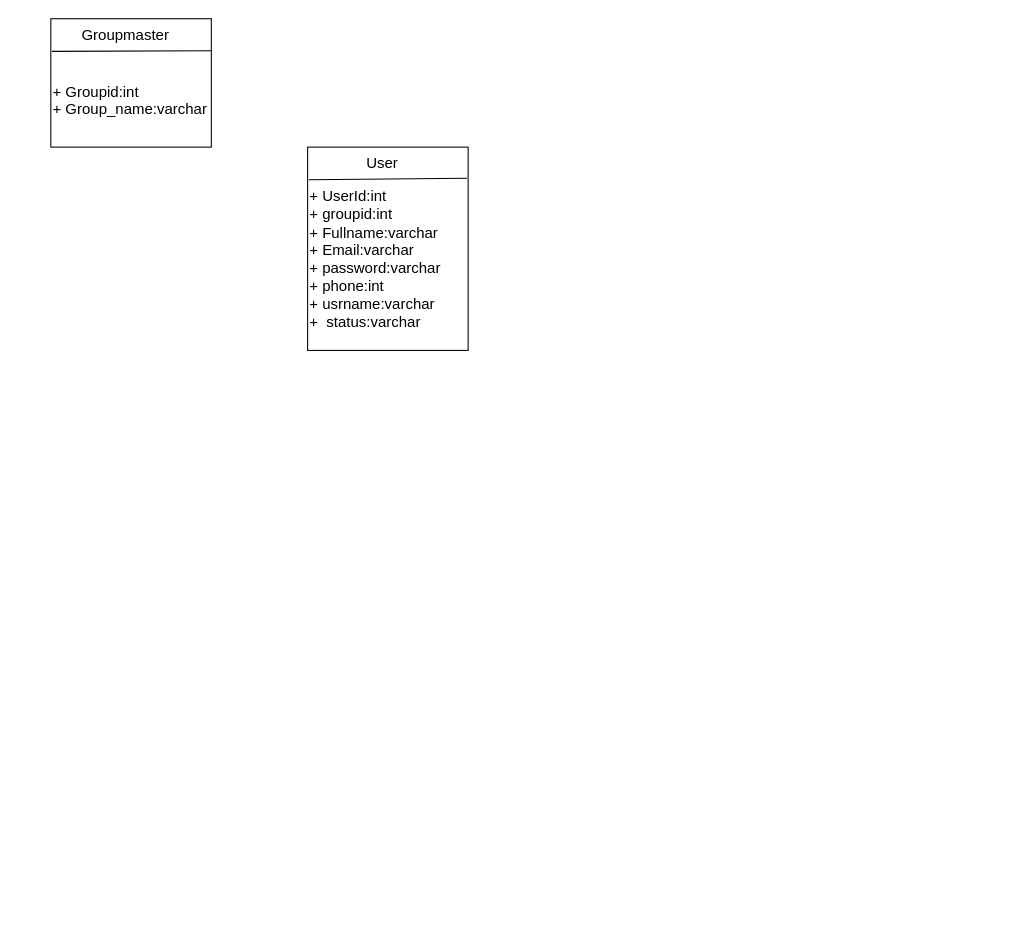
Before: BookStore/digrams/classdiagram.drawio in khushipatel2708/OnlineBookStore, a draw.io diagram. Source tidied: cells renumbered, new cells numbered last; positions are measured from the earlier drawing's top-left corner, leaving out a move shared by most shapes. Both pictures are drawn from the tidied source at 107%, with x=0, y=0 at pixel (50, 18).
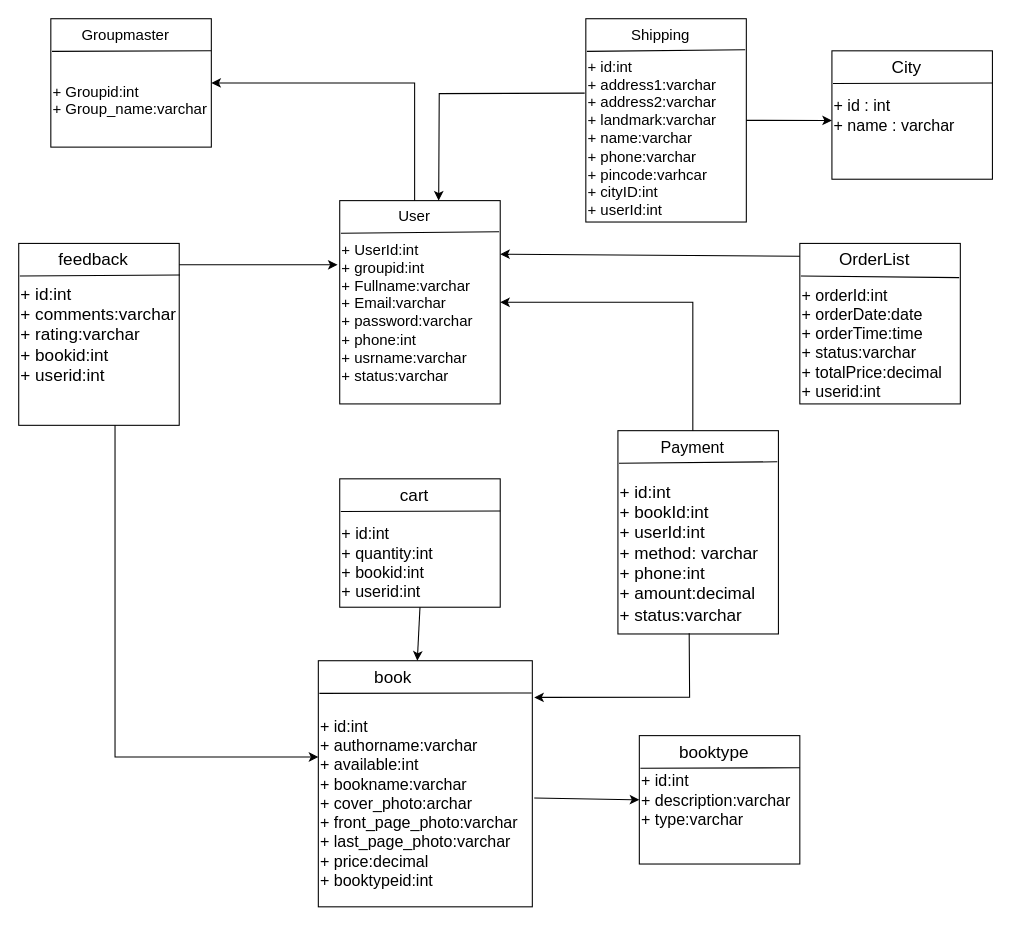
The same page after the edit.

The change refers to these unchanged cells:
```xml
<mxCell id="2" value="&lt;div&gt;&lt;font style=&quot;font-size: 14px;&quot;&gt;&lt;br&gt;&lt;/font&gt;&lt;/div&gt;&lt;div&gt;&lt;font style=&quot;font-size: 14px;&quot;&gt;&lt;br&gt;&lt;/font&gt;&lt;/div&gt;&lt;font style=&quot;font-size: 14px;&quot;&gt;+ Groupid:int&lt;/font&gt;&lt;div&gt;&lt;font style=&quot;font-size: 14px;&quot;&gt;+ Group_name:varchar&lt;/font&gt;&lt;/div&gt;" style="rounded=0;whiteSpace=wrap;html=1;align=left;" parent="1" vertex="1">
  <mxGeometry width="150" height="120" as="geometry" />
</mxCell>
```

The edit, as a diff of the source:
```diff
@@
-    <mxCell id="5" value="&lt;div&gt;&lt;font style=&quot;font-size: 14px;&quot;&gt;&lt;br&gt;&lt;/font&gt;&lt;/div&gt;&lt;div&gt;&lt;font style=&quot;font-size: 14px;&quot;&gt;&lt;br&gt;&lt;/font&gt;&lt;/div&gt;&lt;font style=&quot;font-size: 14px;&quot;&gt;+ UserId:int&lt;/font&gt;&lt;div&gt;&lt;font style=&quot;font-size: 14px;&quot;&gt;+ groupid:int&lt;br&gt;&lt;/font&gt;&lt;div&gt;&lt;font style=&quot;font-size: 14px;&quot;&gt;+ Fullname:varchar&lt;/font&gt;&lt;/div&gt;&lt;div&gt;&lt;font style=&quot;font-size: 14px;&quot;&gt;+ Email:varchar&lt;/font&gt;&lt;/div&gt;&lt;div&gt;&lt;font style=&quot;font-size: 14px;&quot;&gt;+ password:varchar&lt;/font&gt;&lt;/div&gt;&lt;div&gt;&lt;font style=&quot;font-size: 14px;&quot;&gt;+ phone:int&lt;/font&gt;&lt;/div&gt;&lt;div&gt;&lt;font style=&quot;font-size: 14px;&quot;&gt;+ usrname:varchar&lt;/font&gt;&lt;/div&gt;&lt;div&gt;&lt;font style=&quot;font-size: 14px;&quot;&gt;+&amp;nbsp; status:varchar&lt;/font&gt;&lt;/div&gt;&lt;div&gt;&lt;br&gt;&lt;/div&gt;&lt;/div&gt;" style="rounded=0;whiteSpace=wrap;html=1;align=left;" parent="1" vertex="1">
-      <mxGeometry x="240" y="120" width="150" height="190" as="geometry" />
+    <mxCell id="5" value="&lt;div&gt;&lt;font style=&quot;font-size: 14px;&quot;&gt;&lt;br&gt;&lt;/font&gt;&lt;/div&gt;&lt;div&gt;&lt;font style=&quot;font-size: 14px;&quot;&gt;&lt;br&gt;&lt;/font&gt;&lt;/div&gt;&lt;font style=&quot;font-size: 14px;&quot;&gt;+ UserId:int&lt;/font&gt;&lt;div&gt;&lt;font style=&quot;font-size: 14px;&quot;&gt;+ groupid:int&lt;br&gt;&lt;/font&gt;&lt;div&gt;&lt;font style=&quot;font-size: 14px;&quot;&gt;+ Fullname:varchar&lt;/font&gt;&lt;/div&gt;&lt;div&gt;&lt;font style=&quot;font-size: 14px;&quot;&gt;+ Email:varchar&lt;/font&gt;&lt;/div&gt;&lt;div&gt;&lt;font style=&quot;font-size: 14px;&quot;&gt;+ password:varchar&lt;/font&gt;&lt;/div&gt;&lt;div&gt;&lt;font style=&quot;font-size: 14px;&quot;&gt;+ phone:int&lt;/font&gt;&lt;/div&gt;&lt;div&gt;&lt;font style=&quot;font-size: 14px;&quot;&gt;+ usrname:varchar&lt;/font&gt;&lt;/div&gt;&lt;div&gt;&lt;font style=&quot;font-size: 14px;&quot;&gt;+ status:varchar&lt;/font&gt;&lt;/div&gt;&lt;div&gt;&lt;br&gt;&lt;/div&gt;&lt;/div&gt;" style="rounded=0;whiteSpace=wrap;html=1;align=left;" parent="1" vertex="1">
+      <mxGeometry x="270" y="170" width="150" height="190" as="geometry" />
     </mxCell>
     <mxCell id="6" style="endArrow=none;html=1;rounded=0;exitX=0.008;exitY=0.163;exitDx=0;exitDy=0;exitPerimeter=0;elbow=vertical;entryX=0.993;entryY=0.153;entryDx=0;entryDy=0;entryPerimeter=0;" parent="1" edge="1" target="5">
       <mxGeometry relative="1" as="geometry">
-        <mxPoint x="241.1" y="150.5" as="sourcePoint" />
+        <mxPoint x="271.1" y="200.5" as="sourcePoint" />
       </mxGeometry>
     </mxCell>
     <mxCell id="7" value="&lt;font style=&quot;font-size: 14px;&quot;&gt;User&lt;/font&gt;" style="text;html=1;whiteSpace=wrap;strokeColor=none;fillColor=none;align=center;verticalAlign=middle;rounded=0;" parent="1" vertex="1">
-      <mxGeometry x="265" y="120" width="90" height="30" as="geometry" />
+      <mxGeometry x="295" y="170" width="90" height="30" as="geometry" />
     </mxCell>
+    <mxCell id="8" value="&lt;div&gt;&lt;font style=&quot;font-size: 14px;&quot;&gt;&lt;br&gt;&lt;/font&gt;&lt;/div&gt;&lt;div&gt;&lt;font style=&quot;font-size: 14px;&quot;&gt;&lt;br&gt;&lt;/font&gt;&lt;/div&gt;&lt;font style=&quot;font-size: 14px;&quot;&gt;+ id:int&lt;/font&gt;&lt;div&gt;&lt;font style=&quot;font-size: 14px;&quot;&gt;+ address1:varchar&lt;/font&gt;&lt;/div&gt;&lt;div&gt;&lt;font style=&quot;font-size: 14px;&quot;&gt;+ address2:varchar&lt;/font&gt;&lt;/div&gt;&lt;div&gt;&lt;font style=&quot;font-size: 14px;&quot;&gt;+ landmark:varchar&lt;/font&gt;&lt;/div&gt;&lt;div&gt;&lt;font style=&quot;font-size: 14px;&quot;&gt;+ name:varchar&lt;/font&gt;&lt;/div&gt;&lt;div&gt;&lt;font style=&quot;font-size: 14px;&quot;&gt;+ phone:varchar&lt;/font&gt;&lt;/div&gt;&lt;div&gt;&lt;font style=&quot;font-size: 14px;&quot;&gt;+ pincode:varhcar&lt;/font&gt;&lt;/div&gt;&lt;div&gt;&lt;font style=&quot;font-size: 14px;&quot;&gt;+ cityID:int&lt;/font&gt;&lt;/div&gt;&lt;div&gt;&lt;font style=&quot;font-size: 14px;&quot;&gt;+ userId:int&lt;/font&gt;&lt;/div&gt;" style="rounded=0;whiteSpace=wrap;html=1;align=left;" parent="1" vertex="1">
+      <mxGeometry x="500" width="150" height="190" as="geometry" />
+    </mxCell>
+    <mxCell id="9" style="endArrow=none;html=1;rounded=0;exitX=0.008;exitY=0.163;exitDx=0;exitDy=0;exitPerimeter=0;elbow=vertical;entryX=0.993;entryY=0.153;entryDx=0;entryDy=0;entryPerimeter=0;" parent="1" edge="1" target="8">
+      <mxGeometry relative="1" as="geometry">
+        <mxPoint x="501" y="30.5" as="sourcePoint" />
+      </mxGeometry>
+    </mxCell>
+    <mxCell id="10" value="&lt;font style=&quot;font-size: 14px;&quot;&gt;Shipping&lt;/font&gt;" style="text;html=1;whiteSpace=wrap;strokeColor=none;fillColor=none;align=center;verticalAlign=middle;rounded=0;" parent="1" vertex="1">
+      <mxGeometry x="525" width="90" height="30" as="geometry" />
+    </mxCell>
+    <mxCell id="11" value="&lt;font style=&quot;font-size: 15px;&quot;&gt;+ id : int&lt;/font&gt;&lt;div&gt;&lt;font style=&quot;font-size: 15px;&quot;&gt;+ name : varchar&lt;/font&gt;&lt;/div&gt;" style="rounded=0;whiteSpace=wrap;html=1;align=left;" parent="1" vertex="1">
+      <mxGeometry x="730" y="30" width="150" height="120" as="geometry" />
+    </mxCell>
+    <mxCell id="12" style="endArrow=none;html=1;rounded=0;exitX=0.008;exitY=0.163;exitDx=0;exitDy=0;exitPerimeter=0;elbow=vertical;entryX=1;entryY=0.25;entryDx=0;entryDy=0;" parent="1" edge="1" target="11">
+      <mxGeometry relative="1" as="geometry">
+        <mxPoint x="731" y="60.5" as="sourcePoint" />
+      </mxGeometry>
+    </mxCell>
+    <mxCell id="13" value="&lt;font style=&quot;font-size: 16px;&quot;&gt;City&lt;/font&gt;" style="text;html=1;whiteSpace=wrap;strokeColor=none;fillColor=none;align=center;verticalAlign=middle;rounded=0;" parent="1" vertex="1">
+      <mxGeometry x="755" y="30" width="90" height="30" as="geometry" />
+    </mxCell>
+    <mxCell id="14" value="&lt;div&gt;&lt;font style=&quot;font-size: 15px;&quot;&gt;&lt;br&gt;&lt;/font&gt;&lt;/div&gt;&lt;div&gt;&lt;font style=&quot;font-size: 15px;&quot;&gt;&lt;br&gt;&lt;/font&gt;&lt;/div&gt;&lt;font style=&quot;font-size: 15px;&quot;&gt;+ id:int&lt;/font&gt;&lt;div&gt;&lt;font style=&quot;font-size: 15px;&quot;&gt;+&amp;nbsp;&lt;span style=&quot;background-color: transparent;&quot;&gt;quantity:int&lt;/span&gt;&lt;/font&gt;&lt;/div&gt;&lt;div&gt;&lt;span style=&quot;background-color: transparent;&quot;&gt;&lt;font style=&quot;font-size: 15px;&quot;&gt;+ bookid:int&lt;/font&gt;&lt;/span&gt;&lt;/div&gt;&lt;div&gt;&lt;span style=&quot;background-color: transparent;&quot;&gt;&lt;font style=&quot;font-size: 15px;&quot;&gt;+ userid:int&lt;/font&gt;&lt;/span&gt;&lt;/div&gt;" style="rounded=0;whiteSpace=wrap;html=1;align=left;" parent="1" vertex="1">
+      <mxGeometry x="270" y="430" width="150" height="120" as="geometry" />
+    </mxCell>
+    <mxCell id="15" style="endArrow=none;html=1;rounded=0;exitX=0.008;exitY=0.163;exitDx=0;exitDy=0;exitPerimeter=0;elbow=vertical;entryX=1;entryY=0.25;entryDx=0;entryDy=0;" parent="1" edge="1" target="14">
+      <mxGeometry relative="1" as="geometry">
+        <mxPoint x="271" y="460.5" as="sourcePoint" />
+      </mxGeometry>
+    </mxCell>
+    <mxCell id="16" value="&lt;font style=&quot;font-size: 16px;&quot;&gt;cart&lt;/font&gt;" style="text;html=1;whiteSpace=wrap;strokeColor=none;fillColor=none;align=center;verticalAlign=middle;rounded=0;" parent="1" vertex="1">
+      <mxGeometry x="295" y="430" width="90" height="30" as="geometry" />
+    </mxCell>
+    <mxCell id="17" value="&lt;div&gt;&lt;font style=&quot;font-size: 15px;&quot;&gt;&lt;br&gt;&lt;/font&gt;&lt;/div&gt;&lt;div&gt;&lt;font style=&quot;font-size: 15px;&quot;&gt;&lt;br&gt;&lt;/font&gt;&lt;/div&gt;&lt;font style=&quot;font-size: 15px;&quot;&gt;+ orderId:int&lt;/font&gt;&lt;div&gt;&lt;font style=&quot;font-size: 15px;&quot;&gt;+ orderDate:date&lt;/font&gt;&lt;/div&gt;&lt;div&gt;&lt;font style=&quot;font-size: 15px;&quot;&gt;+ orderTime:time&lt;/font&gt;&lt;/div&gt;&lt;div&gt;&lt;font style=&quot;font-size: 15px;&quot;&gt;+ status:varchar&lt;/font&gt;&lt;/div&gt;&lt;div&gt;&lt;font style=&quot;font-size: 15px;&quot;&gt;+ totalPrice:decimal&lt;/font&gt;&lt;/div&gt;&lt;div&gt;&lt;font style=&quot;font-size: 15px;&quot;&gt;+ userid:int&lt;/font&gt;&lt;/div&gt;" style="rounded=0;whiteSpace=wrap;html=1;align=left;" parent="1" vertex="1">
+      <mxGeometry x="700" y="210" width="150" height="150" as="geometry" />
+    </mxCell>
+    <mxCell id="18" style="endArrow=none;html=1;rounded=0;exitX=0.008;exitY=0.163;exitDx=0;exitDy=0;exitPerimeter=0;elbow=vertical;entryX=0.993;entryY=0.213;entryDx=0;entryDy=0;entryPerimeter=0;" parent="1" edge="1" target="17">
+      <mxGeometry relative="1" as="geometry">
+        <mxPoint x="701" y="240.5" as="sourcePoint" />
+      </mxGeometry>
+    </mxCell>
+    <mxCell id="19" value="&lt;font style=&quot;font-size: 16px;&quot;&gt;OrderList&lt;/font&gt;" style="text;html=1;whiteSpace=wrap;strokeColor=none;fillColor=none;align=center;verticalAlign=middle;rounded=0;" parent="1" vertex="1">
+      <mxGeometry x="725" y="210" width="90" height="30" as="geometry" />
+    </mxCell>
+    <mxCell id="20" value="&lt;div&gt;&lt;font style=&quot;font-size: 15px;&quot;&gt;&lt;br&gt;&lt;/font&gt;&lt;/div&gt;&lt;div&gt;&lt;font style=&quot;font-size: 15px;&quot;&gt;&lt;br&gt;&lt;/font&gt;&lt;/div&gt;&lt;font style=&quot;font-size: 15px;&quot;&gt;+ id:int&lt;/font&gt;&lt;div&gt;&lt;font style=&quot;font-size: 15px;&quot;&gt;+ authorname:varchar&lt;/font&gt;&lt;/div&gt;&lt;div&gt;&lt;font style=&quot;font-size: 15px;&quot;&gt;+&amp;nbsp;available:int&lt;/font&gt;&lt;/div&gt;&lt;div&gt;&lt;font style=&quot;font-size: 15px;&quot;&gt;+ bookname:varchar&lt;/font&gt;&lt;/div&gt;&lt;div&gt;&lt;font style=&quot;font-size: 15px;&quot;&gt;+&amp;nbsp;cover_photo:archar&lt;/font&gt;&lt;/div&gt;&lt;div&gt;&lt;font style=&quot;font-size: 15px;&quot;&gt;+&amp;nbsp;front_page_photo:varchar&lt;/font&gt;&lt;/div&gt;&lt;div&gt;&lt;font style=&quot;font-size: 15px;&quot;&gt;+&amp;nbsp;last_page_photo:varchar&lt;/font&gt;&lt;/div&gt;&lt;div&gt;&lt;font style=&quot;font-size: 15px;&quot;&gt;+&amp;nbsp;price:decimal&lt;/font&gt;&lt;/div&gt;&lt;div&gt;&lt;font style=&quot;font-size: 15px;&quot;&gt;+ booktypeid:int&lt;/font&gt;&lt;/div&gt;" style="rounded=0;whiteSpace=wrap;html=1;align=left;" parent="1" vertex="1">
+      <mxGeometry x="250" y="600" width="200" height="230" as="geometry" />
+    </mxCell>
+    <mxCell id="21" style="endArrow=none;html=1;rounded=0;exitX=0.008;exitY=0.163;exitDx=0;exitDy=0;exitPerimeter=0;elbow=vertical;entryX=0.997;entryY=0.131;entryDx=0;entryDy=0;entryPerimeter=0;" parent="1" edge="1" target="20">
+      <mxGeometry relative="1" as="geometry">
+        <mxPoint x="251" y="630.5" as="sourcePoint" />
+      </mxGeometry>
+    </mxCell>
+    <mxCell id="22" value="&lt;font style=&quot;font-size: 16px;&quot;&gt;book&lt;/font&gt;" style="text;html=1;whiteSpace=wrap;strokeColor=none;fillColor=none;align=center;verticalAlign=middle;rounded=0;" parent="1" vertex="1">
+      <mxGeometry x="275" y="600" width="90" height="30" as="geometry" />
+    </mxCell>
+    <mxCell id="23" style="endArrow=classic;html=1;rounded=0;" parent="1" edge="1">
+      <mxGeometry relative="1" as="geometry">
+        <mxPoint x="700" y="222" as="sourcePoint" />
+        <mxPoint x="420" y="220" as="targetPoint" />
+      </mxGeometry>
+    </mxCell>
+    <mxCell id="24" style="endArrow=classic;html=1;rounded=0;entryX=0.75;entryY=0;entryDx=0;entryDy=0;exitX=0.5;exitY=1;exitDx=0;exitDy=0;" parent="1" edge="1" source="14" target="22">
+      <mxGeometry relative="1" as="geometry" />
+    </mxCell>
+    <mxCell id="25" value="&lt;font style=&quot;font-size: 16px;&quot;&gt;+ id:int&lt;/font&gt;&lt;div&gt;&lt;font style=&quot;font-size: 16px;&quot;&gt;+ comments:varchar&lt;/font&gt;&lt;/div&gt;&lt;div&gt;&lt;font style=&quot;font-size: 16px;&quot;&gt;+ rating:varchar&lt;/font&gt;&lt;/div&gt;&lt;div&gt;&lt;font style=&quot;font-size: 16px;&quot;&gt;+ bookid:int&lt;/font&gt;&lt;/div&gt;&lt;div&gt;&lt;font style=&quot;font-size: 16px;&quot;&gt;+ userid:int&lt;/font&gt;&lt;/div&gt;" style="rounded=0;whiteSpace=wrap;html=1;align=left;" parent="1" vertex="1">
+      <mxGeometry x="-30" y="210" width="150" height="170" as="geometry" />
+    </mxCell>
+    <mxCell id="26" style="endArrow=none;html=1;rounded=0;exitX=0.008;exitY=0.163;exitDx=0;exitDy=0;exitPerimeter=0;elbow=vertical;entryX=1.004;entryY=0.174;entryDx=0;entryDy=0;entryPerimeter=0;" parent="1" edge="1" target="25">
+      <mxGeometry relative="1" as="geometry">
+        <mxPoint x="-29" y="240.5" as="sourcePoint" />
+      </mxGeometry>
+    </mxCell>
+    <mxCell id="27" value="&lt;font style=&quot;font-size: 16px;&quot;&gt;feedback&lt;/font&gt;" style="text;html=1;whiteSpace=wrap;strokeColor=none;fillColor=none;align=center;verticalAlign=middle;rounded=0;" parent="1" vertex="1">
+      <mxGeometry x="-5" y="210" width="90" height="30" as="geometry" />
+    </mxCell>
+    <mxCell id="28" style="endArrow=classic;html=1;rounded=0;entryX=0;entryY=0.391;entryDx=0;entryDy=0;entryPerimeter=0;exitX=0.6;exitY=1;exitDx=0;exitDy=0;exitPerimeter=0;" parent="1" edge="1" source="25" target="20">
+      <mxGeometry relative="1" as="geometry">
+        <Array as="points">
+          <mxPoint x="60" y="690" />
+        </Array>
+      </mxGeometry>
+    </mxCell>
+    <mxCell id="29" style="endArrow=classic;html=1;rounded=0;" parent="1" edge="1">
+      <mxGeometry relative="1" as="geometry">
+        <mxPoint x="120" y="230" as="sourcePoint" />
+        <mxPoint x="268" y="230" as="targetPoint" />
+      </mxGeometry>
+    </mxCell>
+    <mxCell id="30" value="&lt;font style=&quot;font-size: 15px;&quot;&gt;+ id:int&lt;/font&gt;&lt;div&gt;&lt;font style=&quot;font-size: 15px;&quot;&gt;+ description:varchar&lt;/font&gt;&lt;/div&gt;&lt;div&gt;&lt;font style=&quot;font-size: 15px;&quot;&gt;+ type:varchar&lt;/font&gt;&lt;/div&gt;" style="rounded=0;whiteSpace=wrap;html=1;align=left;" parent="1" vertex="1">
+      <mxGeometry x="550" y="670" width="150" height="120" as="geometry" />
+    </mxCell>
+    <mxCell id="31" style="endArrow=none;html=1;rounded=0;exitX=0.008;exitY=0.163;exitDx=0;exitDy=0;exitPerimeter=0;elbow=vertical;entryX=1;entryY=0.25;entryDx=0;entryDy=0;" parent="1" edge="1" target="30">
+      <mxGeometry relative="1" as="geometry">
+        <mxPoint x="551" y="700.5" as="sourcePoint" />
+      </mxGeometry>
+    </mxCell>
+    <mxCell id="32" value="&lt;font style=&quot;font-size: 16px;&quot;&gt;booktype&lt;/font&gt;" style="text;html=1;whiteSpace=wrap;strokeColor=none;fillColor=none;align=center;verticalAlign=middle;rounded=0;" parent="1" vertex="1">
+      <mxGeometry x="575" y="670" width="90" height="30" as="geometry" />
+    </mxCell>
+    <mxCell id="33" value="&lt;div&gt;&lt;font style=&quot;font-size: 16px;&quot;&gt;&lt;br&gt;&lt;/font&gt;&lt;/div&gt;&lt;div&gt;&lt;font style=&quot;font-size: 16px;&quot;&gt;&lt;br&gt;&lt;/font&gt;&lt;/div&gt;&lt;div&gt;&lt;font style=&quot;font-size: 16px;&quot;&gt;+ id:int&lt;/font&gt;&lt;/div&gt;&lt;div&gt;&lt;font style=&quot;font-size: 16px;&quot;&gt;+ bookId:int&lt;/font&gt;&lt;/div&gt;&lt;div&gt;&lt;font style=&quot;font-size: 16px;&quot;&gt;+ userId:int&lt;/font&gt;&lt;/div&gt;&lt;div&gt;&lt;font style=&quot;font-size: 16px;&quot;&gt;+ method: varchar&lt;/font&gt;&lt;/div&gt;&lt;div&gt;&lt;font style=&quot;font-size: 16px;&quot;&gt;+ phone:int&lt;/font&gt;&lt;/div&gt;&lt;div&gt;&lt;font style=&quot;font-size: 16px;&quot;&gt;+ amount:decimal&lt;/font&gt;&lt;/div&gt;&lt;div&gt;&lt;font style=&quot;font-size: 16px;&quot;&gt;+ status:varchar&lt;/font&gt;&lt;/div&gt;" style="rounded=0;whiteSpace=wrap;html=1;align=left;" parent="1" vertex="1">
+      <mxGeometry x="530" y="385" width="150" height="190" as="geometry" />
+    </mxCell>
+    <mxCell id="34" style="endArrow=none;html=1;rounded=0;exitX=0.008;exitY=0.163;exitDx=0;exitDy=0;exitPerimeter=0;elbow=vertical;entryX=0.993;entryY=0.153;entryDx=0;entryDy=0;entryPerimeter=0;" parent="1" edge="1" target="33">
+      <mxGeometry relative="1" as="geometry">
+        <mxPoint x="531" y="415.5" as="sourcePoint" />
+      </mxGeometry>
+    </mxCell>
+    <mxCell id="35" value="&lt;font style=&quot;font-size: 15px;&quot;&gt;Payment&lt;/font&gt;" style="text;html=1;whiteSpace=wrap;strokeColor=none;fillColor=none;align=center;verticalAlign=middle;rounded=0;" parent="1" vertex="1">
+      <mxGeometry x="555" y="385" width="90" height="30" as="geometry" />
+    </mxCell>
+    <mxCell id="36" style="endArrow=classic;html=1;rounded=0;entryX=1;entryY=0.5;entryDx=0;entryDy=0;exitX=0.5;exitY=0;exitDx=0;exitDy=0;" parent="1" edge="1" source="35" target="5">
+      <mxGeometry relative="1" as="geometry">
+        <Array as="points">
+          <mxPoint x="600" y="265" />
+        </Array>
+      </mxGeometry>
+    </mxCell>
+    <mxCell id="37" style="endArrow=classic;html=1;rounded=0;entryX=1.009;entryY=0.149;entryDx=0;entryDy=0;exitX=0.444;exitY=0.996;exitDx=0;exitDy=0;exitPerimeter=0;entryPerimeter=0;" parent="1" edge="1" source="33" target="20">
+      <mxGeometry relative="1" as="geometry">
+        <Array as="points">
+          <mxPoint x="597" y="634" />
+        </Array>
+      </mxGeometry>
+    </mxCell>
+    <mxCell id="38" style="endArrow=classic;html=1;rounded=0;entryX=0;entryY=0.5;entryDx=0;entryDy=0;exitX=1.009;exitY=0.558;exitDx=0;exitDy=0;exitPerimeter=0;" parent="1" edge="1" source="20" target="30">
+      <mxGeometry relative="1" as="geometry" />
+    </mxCell>
+    <mxCell id="39" style="endArrow=classic;html=1;rounded=0;entryX=0.75;entryY=0;entryDx=0;entryDy=0;exitX=-0.007;exitY=0.366;exitDx=0;exitDy=0;exitPerimeter=0;" parent="1" edge="1" source="8" target="7">
+      <mxGeometry relative="1" as="geometry">
+        <Array as="points">
+          <mxPoint x="363" y="70" />
+        </Array>
+      </mxGeometry>
+    </mxCell>
+    <mxCell id="40" style="endArrow=classic;html=1;rounded=0;entryX=0;entryY=0.542;entryDx=0;entryDy=0;exitX=1;exitY=0.5;exitDx=0;exitDy=0;entryPerimeter=0;" parent="1" edge="1" source="8" target="11">
+      <mxGeometry relative="1" as="geometry" />
+    </mxCell>
+    <mxCell id="41" style="endArrow=classic;html=1;rounded=0;entryX=1;entryY=0.5;entryDx=0;entryDy=0;exitX=0.5;exitY=0;exitDx=0;exitDy=0;" parent="1" edge="1" source="7" target="2">
+      <mxGeometry relative="1" as="geometry">
+        <Array as="points">
+          <mxPoint x="340" y="60" />
+        </Array>
+      </mxGeometry>
+    </mxCell>
```
